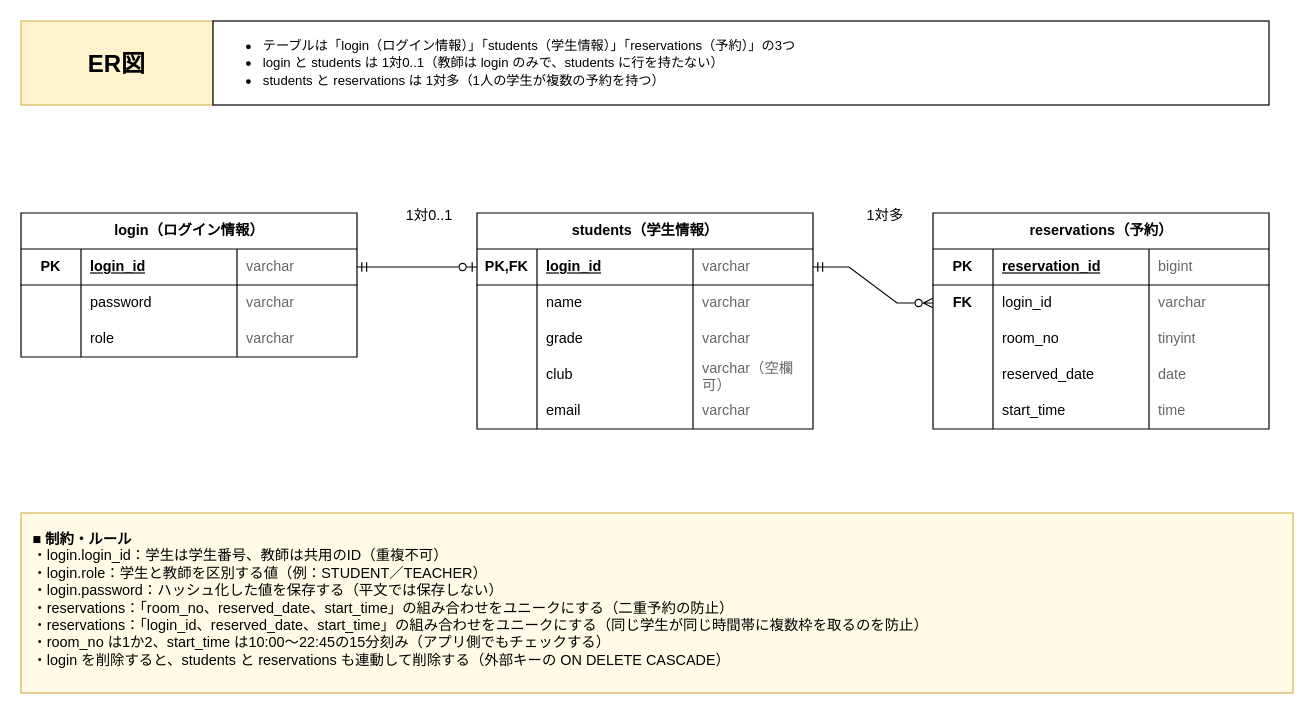
This is page "ER図" (3 of 4) of docs/基本設計.drawio from yuhihamada0703/shower-reservation, a draw.io file, before an edit. Source tidied: cells renumbered, new cells numbered last; positions are measured from the earlier drawing's top-left corner, leaving out a move shared by most shapes. Both pictures are drawn from the tidied source at 120%, with x=0, y=0 at pixel (20, 20).
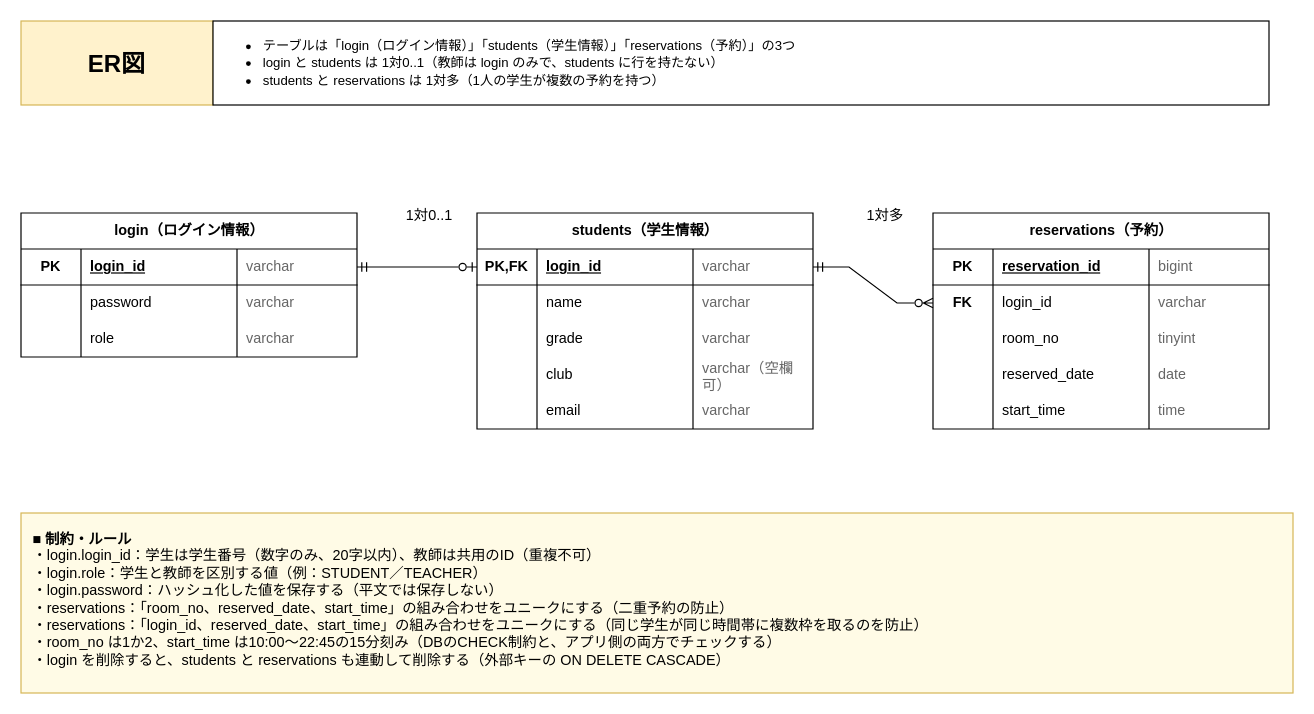
The same page after the edit.

The edit, as a diff of the source:
```diff
@@
-    <mxCell id="63" value="&lt;b&gt;■ 制約・ルール&lt;/b&gt;&lt;br&gt;・login.login_id：学生は学生番号、教師は共用のID（重複不可）&lt;br&gt;・login.role：学生と教師を区別する値（例：STUDENT／TEACHER）&lt;br&gt;・login.password：ハッシュ化した値を保存する（平文では保存しない）&lt;br&gt;・reservations：「room_no、reserved_date、start_time」の組み合わせをユニークにする（二重予約の防止）&lt;br&gt;・reservations：「login_id、reserved_date、start_time」の組み合わせをユニークにする（同じ学生が同じ時間帯に複数枠を取るのを防止）&lt;br&gt;・room_no は1か2、start_time は10:00〜22:45の15分刻み（アプリ側でもチェックする）&lt;br&gt;・login を削除すると、students と reservations も連動して削除する（外部キーの ON DELETE CASCADE）" style="text;html=1;whiteSpace=wrap;align=left;verticalAlign=top;strokeColor=#d6b656;fillColor=#fffbe6;spacing=10;" parent="1" vertex="1">
+    <mxCell id="63" value="&lt;b&gt;■ 制約・ルール&lt;/b&gt;&lt;br&gt;・login.login_id：学生は学生番号（数字のみ、20字以内）、教師は共用のID（重複不可）&lt;br&gt;・login.role：学生と教師を区別する値（例：STUDENT／TEACHER）&lt;br&gt;・login.password：ハッシュ化した値を保存する（平文では保存しない）&lt;br&gt;・reservations：「room_no、reserved_date、start_time」の組み合わせをユニークにする（二重予約の防止）&lt;br&gt;・reservations：「login_id、reserved_date、start_time」の組み合わせをユニークにする（同じ学生が同じ時間帯に複数枠を取るのを防止）&lt;br&gt;・room_no は1か2、start_time は10:00〜22:45の15分刻み（DBのCHECK制約と、アプリ側の両方でチェックする）&lt;br&gt;・login を削除すると、students と reservations も連動して削除する（外部キーの ON DELETE CASCADE）" style="text;html=1;whiteSpace=wrap;align=left;verticalAlign=top;strokeColor=#d6b656;fillColor=#fffbe6;spacing=10;" parent="1" vertex="1">
       <mxGeometry y="410" width="1060" height="150" as="geometry" />
     </mxCell>
```
